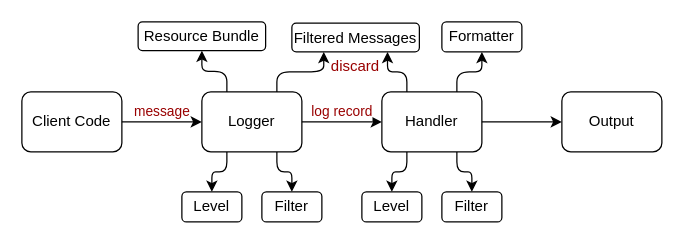
Above: page "java-util-logs" (5 of 5) of drawio/diagrams.drawio in dimastatz/cloud-profiler (draw.io), before the change. Source tidied: cells renumbered, new cells numbered last; positions are measured from the earlier drawing's top-left corner, leaving out a move shared by most shapes. Both pictures are drawn from the tidied source at 125%, with x=0, y=0 at pixel (21, 21).
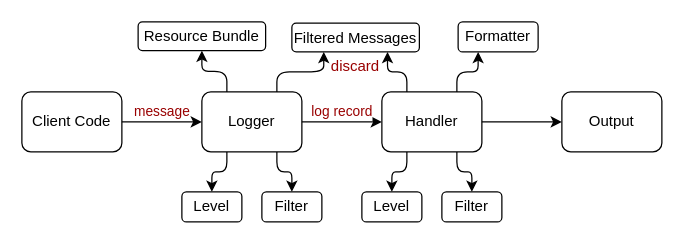
After the change.

The change refers to these unchanged cells:
```xml
<mxCell id="4" value="Handler" style="rounded=1;whiteSpace=wrap;html=1;" parent="1" vertex="1">
  <mxGeometry x="288" y="56" width="80" height="48" as="geometry" />
</mxCell>
```

The edit, as a diff of the source:
```diff
@@
     <mxCell id="16" value="Formatter" style="rounded=1;whiteSpace=wrap;html=1;" parent="1" vertex="1">
-      <mxGeometry x="336" width="64" height="24" as="geometry" />
+      <mxGeometry x="349" width="64" height="24" as="geometry" />
     </mxCell>
-    <mxCell id="17" style="endArrow=classic;html=1;fontColor=#000000;exitX=0.75;exitY=0;exitDx=0;exitDy=0;entryX=0.5;entryY=1;entryDx=0;entryDy=0;edgeStyle=orthogonalEdgeStyle;" parent="1" edge="1" source="4" target="16">
+    <mxCell id="17" style="endArrow=classic;html=1;fontColor=#000000;exitX=0.75;exitY=0;exitDx=0;exitDy=0;entryX=0.25;entryY=1;entryDx=0;entryDy=0;edgeStyle=orthogonalEdgeStyle;" parent="1" edge="1" source="4" target="16">
       <mxGeometry relative="1" as="geometry" />
     </mxCell>
```
